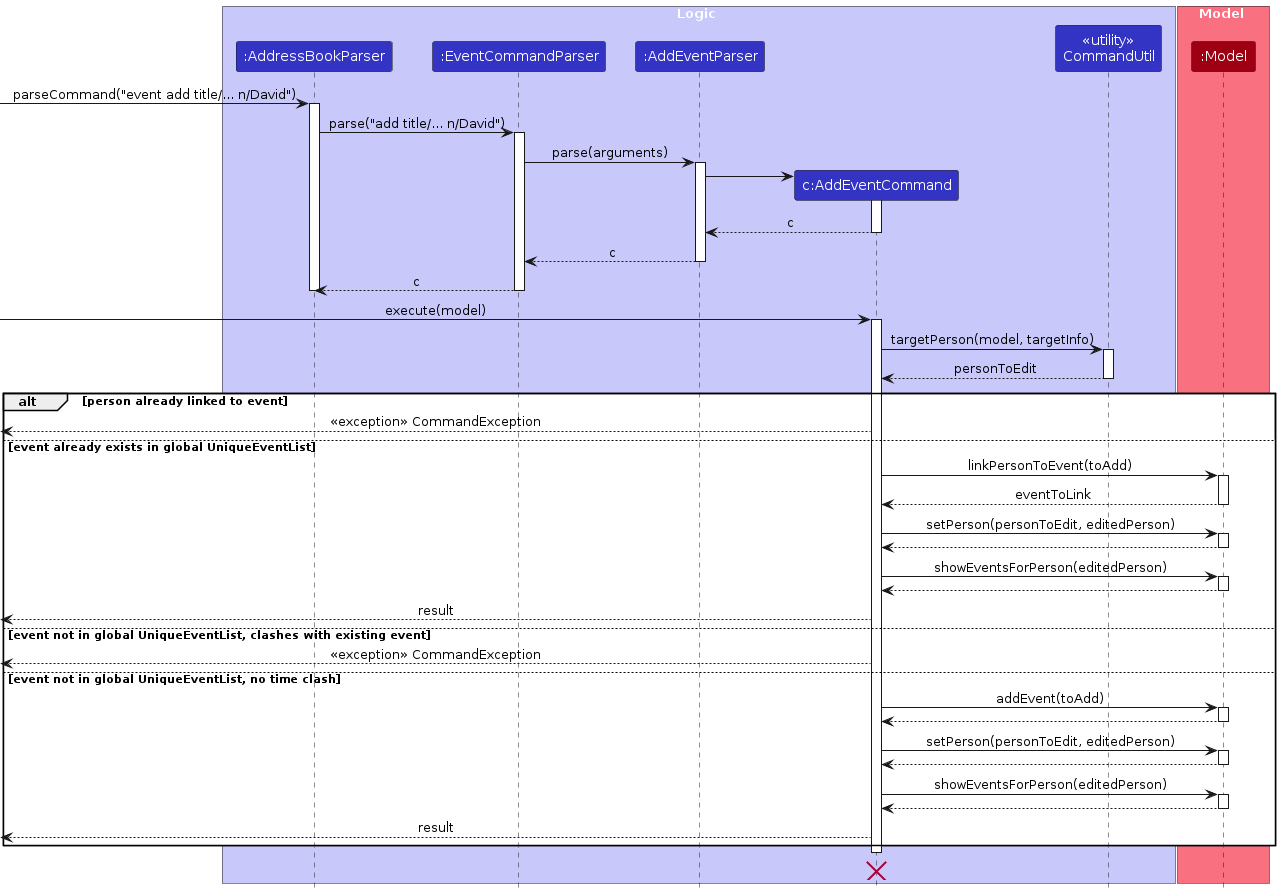
Above: diagrams/AddEventSequenceDiagram.png in AY2526S2-CS2103-F08-4/tp (PlantUML), before the change. Its source is kept beside it as diagrams/AddEventSequenceDiagram.puml.
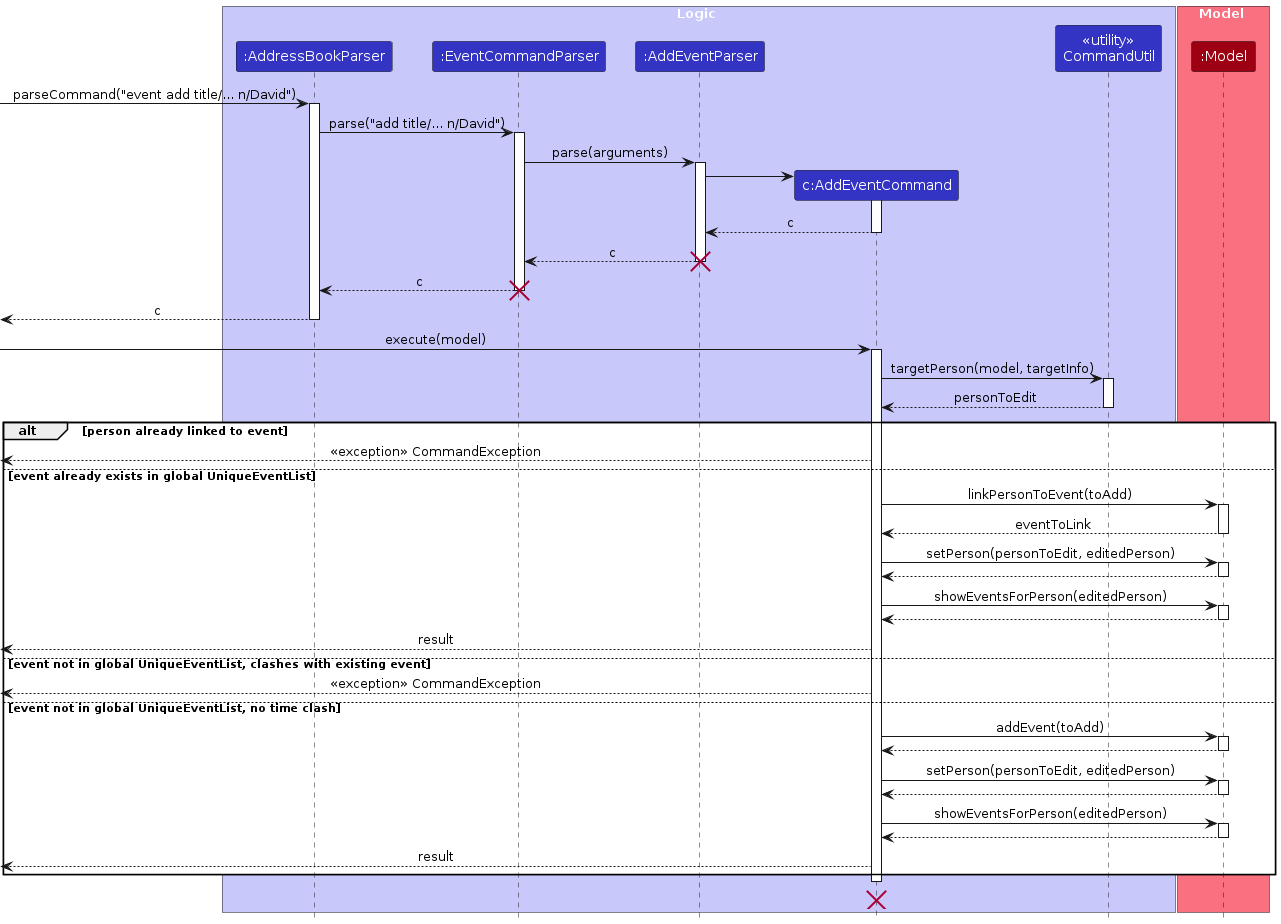
After the commit.

Change to the diagram source:
```diff
@@ -31,9 +31,13 @@
 
 AddEventParser --> EventCommandParser : c
 deactivate AddEventParser
+destroy AddEventParser
 
 EventCommandParser --> AddressBookParser : c
 deactivate EventCommandParser
+destroy EventCommandParser
+
+[<-- AddressBookParser : c
 deactivate AddressBookParser
 
 [-> AddEventCommand : execute(model)
```
